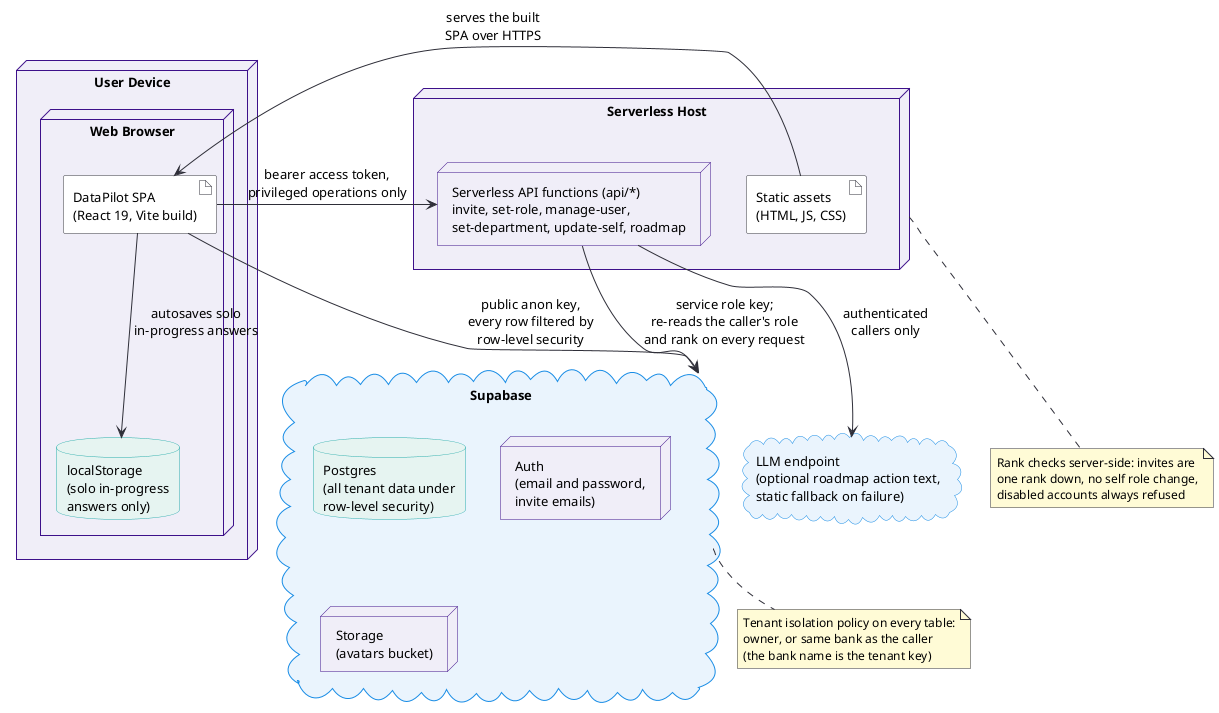
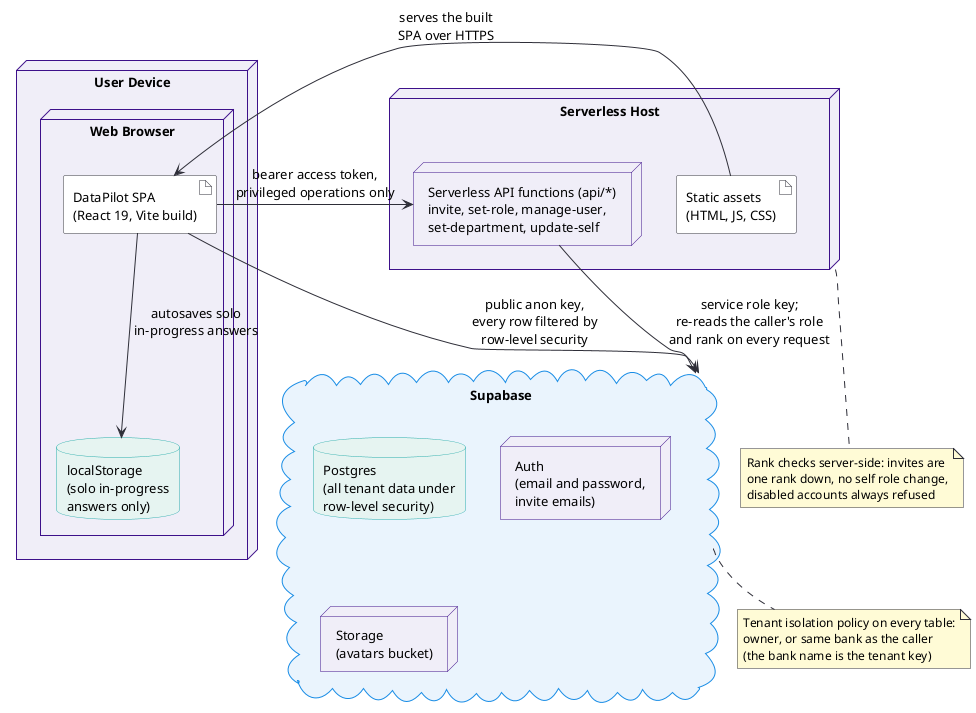
@startuml deployment
skinparam backgroundColor white
skinparam defaultFontSize 13
skinparam shadowing false
skinparam nodeBackgroundColor #F0EEF8
skinparam nodeBorderColor #3D108A
skinparam databaseBackgroundColor #E6F4F1
skinparam databaseBorderColor #27ACAA
skinparam cloudBackgroundColor #EAF4FD
skinparam cloudBorderColor #188CE5
skinparam artifactBackgroundColor #FFFFFF
skinparam artifactBorderColor #2E2E38
skinparam arrowColor #2E2E38
skinparam noteBackgroundColor #FFFBD6
skinparam noteBorderColor #2E2E38
skinparam noteFontSize 12


node "User Device" as device {
  node "Web Browser" as browser {
    artifact "DataPilot SPA\n(React 19, Vite build)" as spa
    database "localStorage\n(solo in-progress\nanswers only)" as ls
  }
}

node "Serverless Host" as host {
-   node "Serverless API functions (api/*)\ninvite, set-role, manage-user,\nset-department, update-self, roadmap" as api
+   node "Serverless API functions (api/*)\ninvite, set-role, manage-user,\nset-department, update-self" as api
  artifact "Static assets\n(HTML, JS, CSS)" as assets
}

cloud "Supabase" as supa {
  database "Postgres\n(all tenant data under\nrow-level security)" as pg
  node "Auth\n(email and password,\ninvite emails)" as auth
  node "Storage\n(avatars bucket)" as storage
}

- cloud "LLM endpoint\n(optional roadmap action text,\nstatic fallback on failure)" as llm

assets -left-> spa : serves the built\nSPA over HTTPS
spa -down-> ls : autosaves solo\nin-progress answers
spa -down-> supa : public anon key,\nevery row filtered by\nrow-level security
spa -right-> api : bearer access token,\nprivileged operations only
api -down-> supa : service role key;\nre-reads the caller's role\nand rank on every request
- api -down-> llm : authenticated\ncallers only

note bottom of supa
  Tenant isolation policy on every table:
  owner, or same bank as the caller
  (the bank name is the tenant key)
end note

note bottom of host
  Rank checks server-side: invites are
  one rank down, no self role change,
  disabled accounts always refused
end note

@enduml
